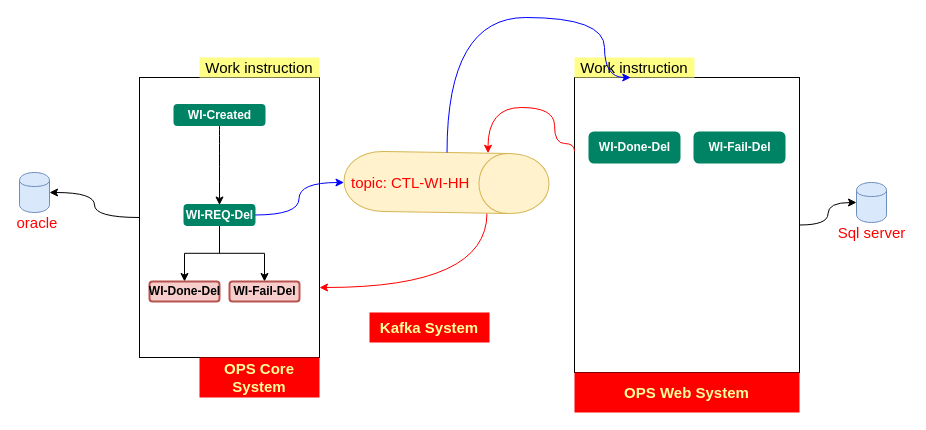
Above: page "Sơ đồ trạng thái Xóa WI" (3 of 4) of documents/sprint-2/MockupHandHeld.drawio in csu-anzai/SNP-CMS (draw.io), before the change. Source tidied: cells renumbered, new cells numbered last; positions are measured from the earlier drawing's top-left corner, leaving out a move shared by most shapes. Both pictures are drawn from the tidied source at 100%, with x=0, y=0 at pixel (19, 17).
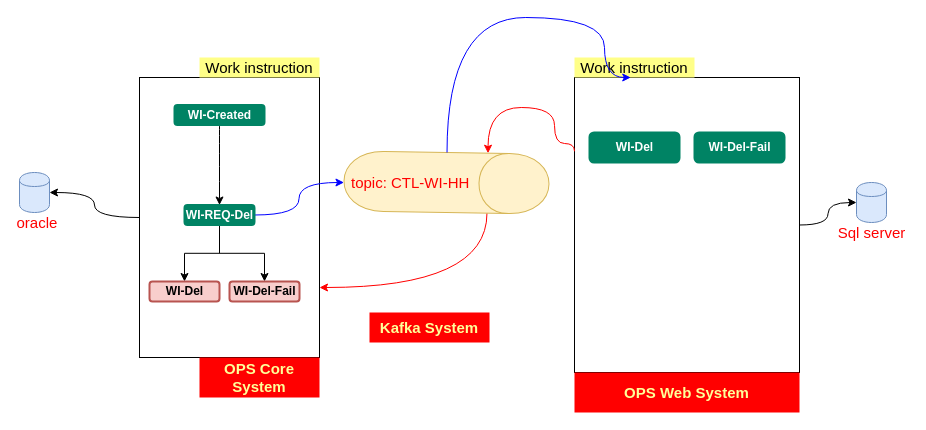
Above is the later version.

Change to the diagram source:
```diff
@@
-    <mxCell id="10" value="WI-Fail-Del" style="dashed=0;html=1;rounded=1;fillColor=#f8cecc;strokeColor=#b85450;fontSize=12;align=center;fontStyle=1;strokeWidth=2;labelBackgroundColor=none;" parent="1" vertex="1">
+    <mxCell id="10" value="WI-Del-Fail" style="dashed=0;html=1;rounded=1;fillColor=#f8cecc;strokeColor=#b85450;fontSize=12;align=center;fontStyle=1;strokeWidth=2;labelBackgroundColor=none;" parent="1" vertex="1">
       <mxGeometry x="210" y="264" width="70" height="20" as="geometry" />
     </mxCell>
-    <mxCell id="11" value="WI-Done-Del" style="dashed=0;html=1;rounded=1;fillColor=#008364;strokeColor=#008364;fontSize=12;align=center;fontStyle=1;strokeWidth=2;fontColor=#ffffff;labelBackgroundColor=none;" parent="1" vertex="1">
+    <mxCell id="11" value="WI-Del" style="dashed=0;html=1;rounded=1;fillColor=#008364;strokeColor=#008364;fontSize=12;align=center;fontStyle=1;strokeWidth=2;fontColor=#ffffff;labelBackgroundColor=none;" parent="1" vertex="1">
       <mxGeometry x="570" y="115" width="90" height="30" as="geometry" />
     </mxCell>
@@
-    <mxCell id="28" value="WI-Fail-Del" style="dashed=0;html=1;rounded=1;fillColor=#008364;strokeColor=#008364;fontSize=12;align=center;fontStyle=1;strokeWidth=2;fontColor=#ffffff;labelBackgroundColor=none;" parent="1" vertex="1">
+    <mxCell id="28" value="WI-Del-Fail" style="dashed=0;html=1;rounded=1;fillColor=#008364;strokeColor=#008364;fontSize=12;align=center;fontStyle=1;strokeWidth=2;fontColor=#ffffff;labelBackgroundColor=none;" parent="1" vertex="1">
       <mxGeometry x="675" y="115" width="90" height="30" as="geometry" />
     </mxCell>
-    <mxCell id="29" value="WI-Done-Del" style="dashed=0;html=1;rounded=1;fillColor=#f8cecc;strokeColor=#b85450;fontSize=12;align=center;fontStyle=1;strokeWidth=2;labelBackgroundColor=none;" parent="1" vertex="1">
+    <mxCell id="29" value="WI-Del" style="dashed=0;html=1;rounded=1;fillColor=#f8cecc;strokeColor=#b85450;fontSize=12;align=center;fontStyle=1;strokeWidth=2;labelBackgroundColor=none;" parent="1" vertex="1">
       <mxGeometry x="130" y="264" width="70" height="20" as="geometry" />
     </mxCell>
```
